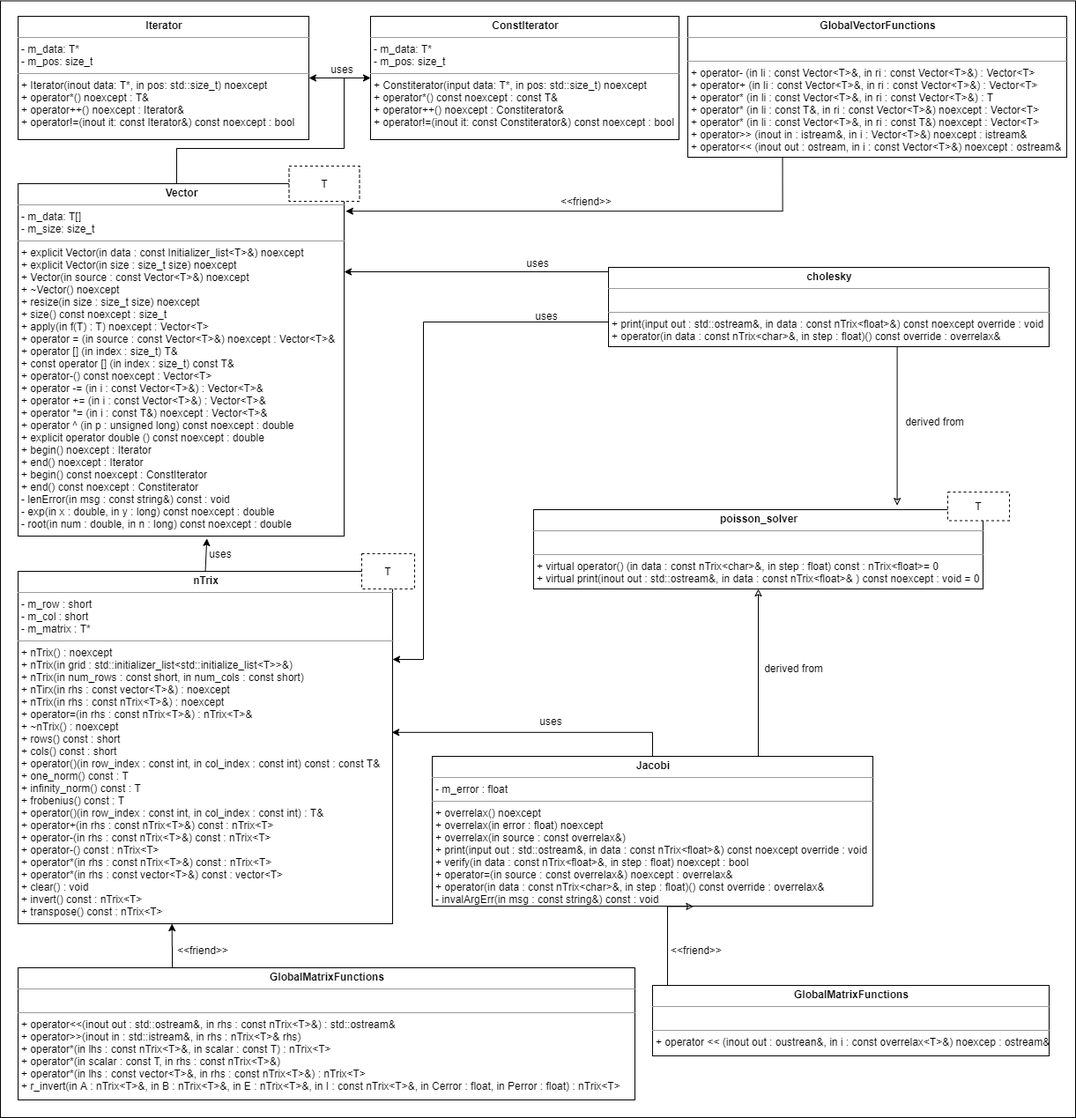
This is uml.png from noahklein00/cs5201_hw7, a draw.io export, as it was before one commit. Source tidied: cells renumbered, new cells last; positions are measured from the earlier drawing's top-left corner, leaving out a move shared by most shapes.
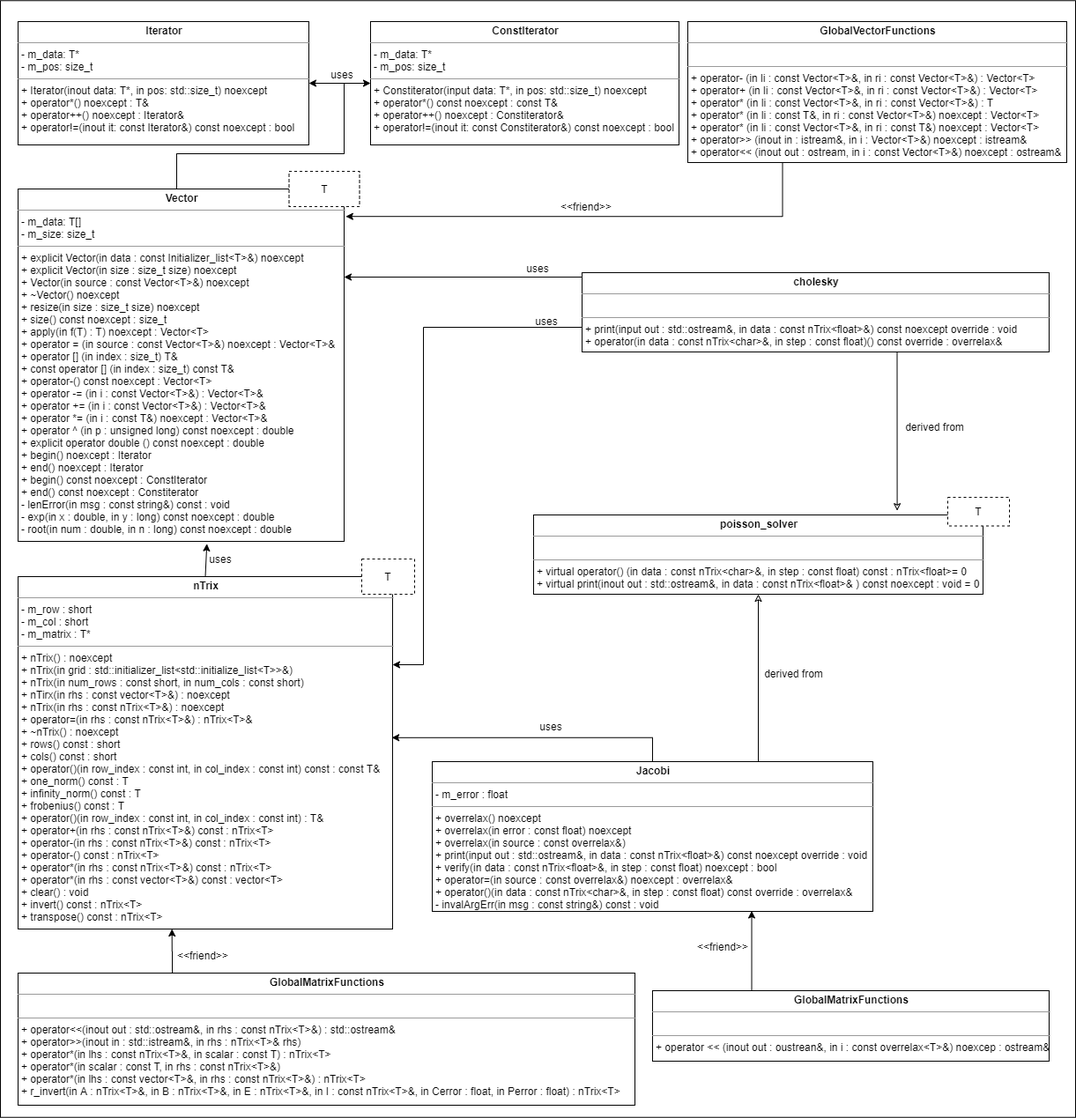
Above is the later version.

The edit, as a diff of the source:
```diff
@@ -3,7 +3,7 @@
     <mxCell id="0" />
     <mxCell id="1" parent="0" />
     <mxCell id="2" style="rounded=0;whiteSpace=wrap;html=1;fillColor=none;" parent="1" vertex="1">
-      <mxGeometry y="0.5" width="1220" height="1267.5" as="geometry" />
+      <mxGeometry y="-5.8" width="1220" height="1267.5" as="geometry" />
     </mxCell>
     <mxCell id="3" style="edgeStyle=orthogonalEdgeStyle;rounded=0;jettySize=auto;html=1;exitX=0.25;exitY=1;exitDx=0;exitDy=0;entryX=1.005;entryY=0.078;entryDx=0;entryDy=0;entryPerimeter=0;" parent="1" edge="1" source="4" target="7">
       <mxGeometry relative="1" as="geometry">
@@ -61,7 +61,7 @@
         </Array>
       </mxGeometry>
     </mxCell>
-    <mxCell id="15" value="&lt;p style=&quot;margin: 0px ; margin-top: 4px ; text-align: center&quot;&gt;&lt;b&gt;Jacobi&lt;/b&gt;&lt;/p&gt;&lt;hr size=&quot;1&quot;&gt;&lt;p style=&quot;margin: 0px ; margin-left: 4px&quot;&gt;&lt;span&gt;- m_error : float&lt;/span&gt;&lt;/p&gt;&lt;hr size=&quot;1&quot;&gt;&lt;p style=&quot;margin: 0px ; margin-left: 4px&quot;&gt;&lt;span&gt;+ overrelax() noexcept&lt;/span&gt;&lt;/p&gt;&lt;p style=&quot;margin: 0px ; margin-left: 4px&quot;&gt;&lt;span&gt;+ overrelax(in error : float&lt;/span&gt;&lt;span&gt;) noexcept&lt;/span&gt;&lt;br&gt;&lt;/p&gt;&lt;p style=&quot;margin: 0px ; margin-left: 4px&quot;&gt;+ overrelax(in source : const overrelax&amp;amp;)&lt;/p&gt;&lt;p style=&quot;margin: 0px ; margin-left: 4px&quot;&gt;+ print(input out : std::ostream&amp;amp;, in data : const nTrix&amp;lt;float&amp;gt;&amp;amp;) const noexcept override : void&lt;/p&gt;&lt;p style=&quot;margin: 0px ; margin-left: 4px&quot;&gt;+ verify(in data : const nTrix&amp;lt;float&amp;gt;&amp;amp;, in step : float&lt;span&gt;) noexcept : bool&lt;/span&gt;&lt;/p&gt;&lt;p style=&quot;margin: 0px ; margin-left: 4px&quot;&gt;+ operator=(in source : const overrelax&amp;amp;) noexcept : overrelax&amp;amp;&lt;/p&gt;&lt;p style=&quot;margin: 0px ; margin-left: 4px&quot;&gt;+ operator(in data : const nTrix&amp;lt;char&amp;gt;&amp;amp;, in step : float)() const override : overrelax&amp;amp;&lt;/p&gt;&lt;p style=&quot;margin: 0px ; margin-left: 4px&quot;&gt;-&amp;nbsp;invalArgErr(in msg : const string&amp;amp;) const : void&lt;/p&gt;" style="verticalAlign=top;align=left;overflow=fill;fontSize=12;fontFamily=Helvetica;html=1;rounded=0;shadow=0;comic=0;labelBackgroundColor=none;strokeWidth=1;" parent="1" vertex="1">
+    <mxCell id="15" value="&lt;p style=&quot;margin: 0px ; margin-top: 4px ; text-align: center&quot;&gt;&lt;b&gt;Jacobi&lt;/b&gt;&lt;/p&gt;&lt;hr size=&quot;1&quot;&gt;&lt;p style=&quot;margin: 0px ; margin-left: 4px&quot;&gt;&lt;span&gt;- m_error : float&lt;/span&gt;&lt;/p&gt;&lt;hr size=&quot;1&quot;&gt;&lt;p style=&quot;margin: 0px ; margin-left: 4px&quot;&gt;&lt;span&gt;+ overrelax() noexcept&lt;/span&gt;&lt;/p&gt;&lt;p style=&quot;margin: 0px ; margin-left: 4px&quot;&gt;&lt;span&gt;+ overrelax(in error : const float&lt;/span&gt;&lt;span&gt;) noexcept&lt;/span&gt;&lt;br&gt;&lt;/p&gt;&lt;p style=&quot;margin: 0px ; margin-left: 4px&quot;&gt;+ overrelax(in source : const overrelax&amp;amp;)&lt;/p&gt;&lt;p style=&quot;margin: 0px ; margin-left: 4px&quot;&gt;+ print(input out : std::ostream&amp;amp;, in data : const nTrix&amp;lt;float&amp;gt;&amp;amp;) const noexcept override : void&lt;/p&gt;&lt;p style=&quot;margin: 0px ; margin-left: 4px&quot;&gt;+ verify(in data : const nTrix&amp;lt;float&amp;gt;&amp;amp;, in step : const float&lt;span&gt;) noexcept : bool&lt;/span&gt;&lt;/p&gt;&lt;p style=&quot;margin: 0px ; margin-left: 4px&quot;&gt;+ operator=(in source : const overrelax&amp;amp;) noexcept : overrelax&amp;amp;&lt;/p&gt;&lt;p style=&quot;margin: 0px ; margin-left: 4px&quot;&gt;+ operator()(in data : const nTrix&amp;lt;char&amp;gt;&amp;amp;, in step : const float) const override : overrelax&amp;amp;&lt;/p&gt;&lt;p style=&quot;margin: 0px ; margin-left: 4px&quot;&gt;-&amp;nbsp;invalArgErr(in msg : const string&amp;amp;) const : void&lt;/p&gt;" style="verticalAlign=top;align=left;overflow=fill;fontSize=12;fontFamily=Helvetica;html=1;rounded=0;shadow=0;comic=0;labelBackgroundColor=none;strokeWidth=1;" parent="1" vertex="1">
       <mxGeometry x="490" y="858" width="500" height="170" as="geometry" />
     </mxCell>
     <mxCell id="16" style="edgeStyle=orthogonalEdgeStyle;rounded=0;jettySize=auto;html=1;exitX=0;exitY=0.75;exitDx=0;exitDy=0;entryX=1;entryY=0.25;entryDx=0;entryDy=0;" parent="1" edge="1" source="19" target="7">
@@ -86,20 +86,16 @@
         </Array>
       </mxGeometry>
     </mxCell>
-    <mxCell id="19" value="&lt;p style=&quot;margin: 0px ; margin-top: 4px ; text-align: center&quot;&gt;&lt;b&gt;cholesky&lt;/b&gt;&lt;/p&gt;&lt;hr size=&quot;1&quot;&gt;&lt;p style=&quot;margin: 0px ; margin-left: 4px&quot;&gt;&lt;br&gt;&lt;/p&gt;&lt;hr size=&quot;1&quot;&gt;&lt;p style=&quot;margin: 0px ; margin-left: 4px&quot;&gt;+ print(input out : std::ostream&amp;amp;, in data : const nTrix&amp;lt;float&amp;gt;&amp;amp;) const noexcept override : void&lt;br&gt;&lt;/p&gt;&lt;p style=&quot;margin: 0px ; margin-left: 4px&quot;&gt;+ operator(in data : const nTrix&amp;lt;char&amp;gt;&amp;amp;, in step : float)() const override : overrelax&amp;amp;&lt;br&gt;&lt;/p&gt;" style="verticalAlign=top;align=left;overflow=fill;fontSize=12;fontFamily=Helvetica;html=1;rounded=0;shadow=0;comic=0;labelBackgroundColor=none;strokeWidth=1;" parent="1" vertex="1">
-      <mxGeometry x="690" y="303" width="500" height="90" as="geometry" />
+    <mxCell id="19" value="&lt;p style=&quot;margin: 0px ; margin-top: 4px ; text-align: center&quot;&gt;&lt;b&gt;cholesky&lt;/b&gt;&lt;/p&gt;&lt;hr size=&quot;1&quot;&gt;&lt;p style=&quot;margin: 0px ; margin-left: 4px&quot;&gt;&lt;br&gt;&lt;/p&gt;&lt;hr size=&quot;1&quot;&gt;&lt;p style=&quot;margin: 0px ; margin-left: 4px&quot;&gt;+ print(input out : std::ostream&amp;amp;, in data : const nTrix&amp;lt;float&amp;gt;&amp;amp;) const noexcept override : void&lt;br&gt;&lt;/p&gt;&lt;p style=&quot;margin: 0px ; margin-left: 4px&quot;&gt;+ operator(in data : const nTrix&amp;lt;char&amp;gt;&amp;amp;, in step : const float)() const override : overrelax&amp;amp;&lt;br&gt;&lt;/p&gt;" style="verticalAlign=top;align=left;overflow=fill;fontSize=12;fontFamily=Helvetica;html=1;rounded=0;shadow=0;comic=0;labelBackgroundColor=none;strokeWidth=1;" parent="1" vertex="1">
+      <mxGeometry x="660" y="303" width="530" height="90" as="geometry" />
     </mxCell>
-    <mxCell id="20" style="edgeStyle=orthogonalEdgeStyle;rounded=0;jettySize=auto;html=1;exitX=0.029;exitY=0.013;exitDx=0;exitDy=0;entryX=0.593;entryY=1.002;entryDx=0;entryDy=0;endArrow=classic;endFill=0;entryPerimeter=0;exitPerimeter=0;" parent="1" edge="1" source="21" target="15">
-      <mxGeometry relative="1" as="geometry">
-        <Array as="points">
-          <mxPoint x="757" y="1119" />
-        </Array>
-      </mxGeometry>
+    <mxCell id="20" style="edgeStyle=orthogonalEdgeStyle;rounded=0;jettySize=auto;html=1;exitX=0.25;exitY=0;exitDx=0;exitDy=0;entryX=0.725;entryY=0.997;entryDx=0;entryDy=0;entryPerimeter=0;" parent="1" edge="1" source="21" target="15">
+      <mxGeometry relative="1" as="geometry" />
     </mxCell>
     <mxCell id="21" value="&lt;p style=&quot;margin: 0px ; margin-top: 4px ; text-align: center&quot;&gt;&lt;b&gt;GlobalMatrixFunctions&lt;/b&gt;&lt;/p&gt;&lt;hr size=&quot;1&quot;&gt;&lt;p style=&quot;margin: 0px ; margin-left: 4px&quot;&gt;&lt;br&gt;&lt;/p&gt;&lt;hr size=&quot;1&quot;&gt;&lt;p style=&quot;margin: 0px ; margin-left: 4px&quot;&gt;&lt;span&gt;+ operator &amp;lt;&amp;lt; (inout out : oustrean&amp;amp;, in i : const overrelax&amp;lt;T&amp;gt;&amp;amp;) noexcep : ostream&amp;amp;&lt;/span&gt;&lt;br&gt;&lt;/p&gt;" style="verticalAlign=top;align=left;overflow=fill;fontSize=12;fontFamily=Helvetica;html=1;rounded=0;shadow=0;comic=0;labelBackgroundColor=none;strokeWidth=1;" parent="1" vertex="1">
       <mxGeometry x="740" y="1118" width="450" height="80" as="geometry" />
     </mxCell>
-    <mxCell id="22" value="&lt;p style=&quot;margin: 0px ; margin-top: 4px ; text-align: center&quot;&gt;&lt;b&gt;poisson_solver&lt;/b&gt;&lt;/p&gt;&lt;hr size=&quot;1&quot;&gt;&lt;p style=&quot;margin: 0px ; margin-left: 4px&quot;&gt;&lt;br&gt;&lt;/p&gt;&lt;hr size=&quot;1&quot;&gt;&lt;p style=&quot;margin: 0px ; margin-left: 4px&quot;&gt;+ virtual operator() (in data : const nTrix&amp;lt;char&amp;gt;&amp;amp;, in step : float) const : nTrix&amp;lt;float&amp;gt;= 0&lt;br&gt;&lt;/p&gt;&lt;p style=&quot;margin: 0px ; margin-left: 4px&quot;&gt;+ virtual print(inout out : std::ostream&amp;amp;, in data : const nTrix&amp;lt;float&amp;gt;&amp;amp; ) const noexcept : void = 0&lt;/p&gt;" style="verticalAlign=top;align=left;overflow=fill;fontSize=12;fontFamily=Helvetica;html=1;rounded=0;shadow=0;comic=0;labelBackgroundColor=none;strokeWidth=1;" parent="1" vertex="1">
+    <mxCell id="22" value="&lt;p style=&quot;margin: 0px ; margin-top: 4px ; text-align: center&quot;&gt;&lt;b&gt;poisson_solver&lt;/b&gt;&lt;/p&gt;&lt;hr size=&quot;1&quot;&gt;&lt;p style=&quot;margin: 0px ; margin-left: 4px&quot;&gt;&lt;br&gt;&lt;/p&gt;&lt;hr size=&quot;1&quot;&gt;&lt;p style=&quot;margin: 0px ; margin-left: 4px&quot;&gt;+ virtual operator() (in data : const nTrix&amp;lt;char&amp;gt;&amp;amp;, in step : const float) const : nTrix&amp;lt;float&amp;gt;= 0&lt;br&gt;&lt;/p&gt;&lt;p style=&quot;margin: 0px ; margin-left: 4px&quot;&gt;+ virtual print(inout out : std::ostream&amp;amp;, in data : const nTrix&amp;lt;float&amp;gt;&amp;amp; ) const noexcept : void = 0&lt;/p&gt;" style="verticalAlign=top;align=left;overflow=fill;fontSize=12;fontFamily=Helvetica;html=1;rounded=0;shadow=0;comic=0;labelBackgroundColor=none;strokeWidth=1;" parent="1" vertex="1">
       <mxGeometry x="605" y="578" width="510" height="90" as="geometry" />
     </mxCell>
     <mxCell id="23" value="T" style="rounded=0;whiteSpace=wrap;html=1;dashed=1;" parent="1" vertex="1">
@@ -139,7 +135,7 @@
       <mxGeometry x="605" y="808" width="40" height="20" as="geometry" />
     </mxCell>
     <mxCell id="35" value="&amp;lt;&amp;lt;friend&amp;gt;&amp;gt;" style="text;html=1;strokeColor=none;fillColor=none;align=center;verticalAlign=middle;whiteSpace=wrap;rounded=0;" parent="1" vertex="1">
-      <mxGeometry x="770" y="1068" width="40" height="20" as="geometry" />
+      <mxGeometry x="800" y="1058" width="40" height="20" as="geometry" />
     </mxCell>
     <mxCell id="36" value="uses" style="text;html=1;strokeColor=none;fillColor=none;align=center;verticalAlign=middle;whiteSpace=wrap;rounded=0;" parent="1" vertex="1">
       <mxGeometry x="600" y="348" width="40" height="20" as="geometry" />
```
